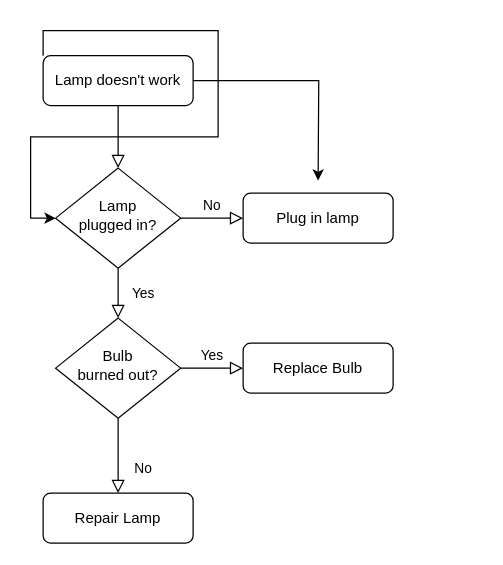
Before: Untitled Diagram.drawio in quintontcampbell/githubTest, a draw.io diagram. Source tidied: cells renumbered, new cells numbered last; positions are measured from the earlier drawing's top-left corner, leaving out a move shared by most shapes. Both pictures are drawn from the tidied source at 125%, with x=0, y=0 at pixel (42, 55).
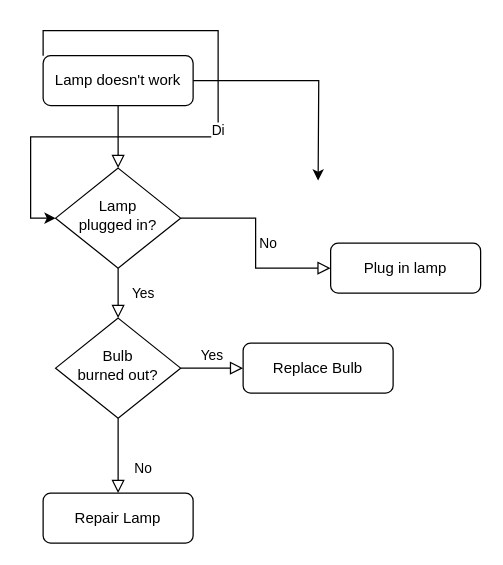
The same page after the edit.

Commit message:
figuring this out

What changed in the source:
```diff
@@
 <mxGraphModel>
   <root>
     <mxCell id="0" />
     <mxCell id="1" parent="0" />
     <mxCell id="2" style="rounded=0;html=1;jettySize=auto;fontSize=11;endArrow=block;endFill=0;endSize=8;strokeWidth=1;shadow=0;labelBackgroundColor=none;edgeStyle=orthogonalEdgeStyle;" parent="1" edge="1" source="5" target="8">
       <mxGeometry relative="1" as="geometry" />
     </mxCell>
     <mxCell id="3" style="edgeStyle=orthogonalEdgeStyle;rounded=0;jettySize=auto;html=1;" parent="1" edge="1" source="5">
       <mxGeometry relative="1" as="geometry">
         <mxPoint x="220" y="100" as="targetPoint" />
       </mxGeometry>
     </mxCell>
-    <mxCell id="4" style="edgeStyle=orthogonalEdgeStyle;rounded=0;jettySize=auto;html=1;exitX=0;exitY=0;exitDx=0;exitDy=0;entryX=0;entryY=0.5;entryDx=0;entryDy=0;" parent="1" edge="1" source="5" target="8">
+    <mxCell id="4" value="Di" style="edgeStyle=orthogonalEdgeStyle;rounded=0;jettySize=auto;html=1;exitX=0;exitY=0;exitDx=0;exitDy=0;entryX=0;entryY=0.5;entryDx=0;entryDy=0;" parent="1" edge="1" source="5" target="8">
       <mxGeometry relative="1" as="geometry" />
     </mxCell>
     <mxCell id="5" value="Lamp doesn't work" style="rounded=1;whiteSpace=wrap;html=1;fontSize=12;glass=0;strokeWidth=1;shadow=0;" parent="1" vertex="1">
       <mxGeometry width="120" height="40" as="geometry" />
     </mxCell>
     <mxCell id="6" value="Yes" style="rounded=0;html=1;jettySize=auto;fontSize=11;endArrow=block;endFill=0;endSize=8;strokeWidth=1;shadow=0;labelBackgroundColor=none;edgeStyle=orthogonalEdgeStyle;" parent="1" edge="1" source="8" target="12">
       <mxGeometry y="20" relative="1" as="geometry" />
     </mxCell>
     <mxCell id="7" value="No" style="edgeStyle=orthogonalEdgeStyle;rounded=0;html=1;jettySize=auto;fontSize=11;endArrow=block;endFill=0;endSize=8;strokeWidth=1;shadow=0;labelBackgroundColor=none;" parent="1" edge="1" source="8" target="9">
       <mxGeometry y="10" relative="1" as="geometry" />
     </mxCell>
     <mxCell id="8" value="Lamp&lt;br&gt;plugged in?" style="rhombus;whiteSpace=wrap;html=1;shadow=0;fontFamily=Helvetica;fontSize=12;align=center;strokeWidth=1;spacing=6;spacingTop=-4;" parent="1" vertex="1">
       <mxGeometry x="10" y="90" width="100" height="80" as="geometry" />
     </mxCell>
     <mxCell id="9" value="Plug in lamp" style="rounded=1;whiteSpace=wrap;html=1;fontSize=12;glass=0;strokeWidth=1;shadow=0;" parent="1" vertex="1">
-      <mxGeometry x="160" y="110" width="120" height="40" as="geometry" />
+      <mxGeometry x="230" y="150" width="120" height="40" as="geometry" />
     </mxCell>
     <mxCell id="10" value="No" style="rounded=0;html=1;jettySize=auto;fontSize=11;endArrow=block;endFill=0;endSize=8;strokeWidth=1;shadow=0;labelBackgroundColor=none;edgeStyle=orthogonalEdgeStyle;" parent="1" edge="1" source="12" target="13">
       <mxGeometry x="0.33" y="20" relative="1" as="geometry" />
     </mxCell>
     <mxCell id="11" value="Yes" style="edgeStyle=orthogonalEdgeStyle;rounded=0;html=1;jettySize=auto;fontSize=11;endArrow=block;endFill=0;endSize=8;strokeWidth=1;shadow=0;labelBackgroundColor=none;" parent="1" edge="1" source="12" target="14">
       <mxGeometry y="10" relative="1" as="geometry" />
     </mxCell>
     <mxCell id="12" value="Bulb&lt;br&gt;burned out?" style="rhombus;whiteSpace=wrap;html=1;shadow=0;fontFamily=Helvetica;fontSize=12;align=center;strokeWidth=1;spacing=6;spacingTop=-4;" parent="1" vertex="1">
       <mxGeometry x="10" y="210" width="100" height="80" as="geometry" />
     </mxCell>
     <mxCell id="13" value="Repair Lamp" style="rounded=1;whiteSpace=wrap;html=1;fontSize=12;glass=0;strokeWidth=1;shadow=0;" parent="1" vertex="1">
       <mxGeometry y="350" width="120" height="40" as="geometry" />
     </mxCell>
     <mxCell id="14" value="Replace Bulb" style="rounded=1;whiteSpace=wrap;html=1;fontSize=12;glass=0;strokeWidth=1;shadow=0;" parent="1" vertex="1">
       <mxGeometry x="160" y="230" width="120" height="40" as="geometry" />
     </mxCell>
   </root>
 </mxGraphModel>
```
